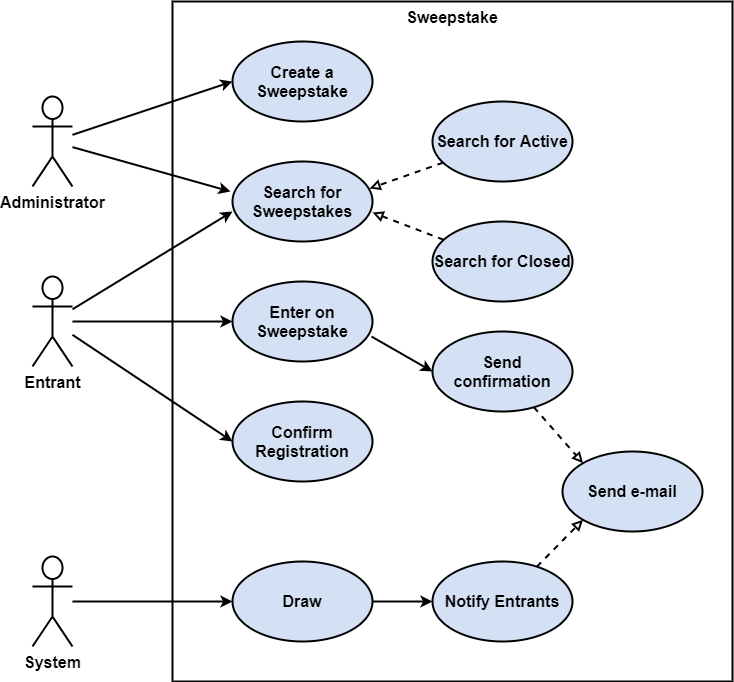
Above: use_cases.png in rafael-biz/sweepstakes (draw.io), before the change. Source tidied: cells renumbered, new cells last; positions are measured from the earlier drawing's top-left corner, leaving out a move shared by most shapes.
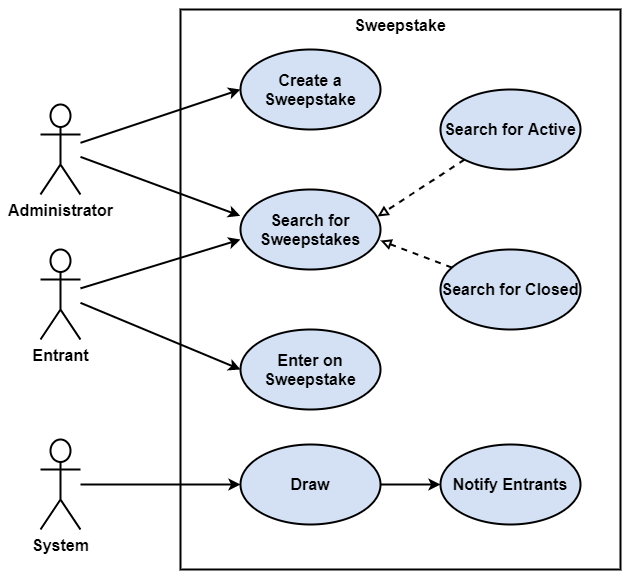
After the commit.

Change to the diagram source:
```diff
@@ -3,42 +3,31 @@
     <mxCell id="0" />
     <mxCell id="1" parent="0" />
     <mxCell id="2" value="&lt;span style=&quot;font-weight: 700&quot;&gt;Sweepstake&lt;/span&gt;" style="rounded=0;whiteSpace=wrap;html=1;fontSize=16;strokeWidth=2;fillColor=none;verticalAlign=top;" parent="1" vertex="1">
-      <mxGeometry x="140" width="560" height="680" as="geometry" />
+      <mxGeometry x="140" width="440" height="560" as="geometry" />
     </mxCell>
     <mxCell id="3" style="edgeStyle=none;rounded=0;jettySize=auto;html=1;entryX=0;entryY=0.5;entryDx=0;entryDy=0;fontSize=16;endArrow=classic;endFill=1;strokeWidth=2;" parent="1" edge="1" source="6" target="11">
       <mxGeometry relative="1" as="geometry" />
     </mxCell>
-    <mxCell id="4" style="edgeStyle=none;rounded=0;jettySize=auto;html=1;entryX=0;entryY=0.5;entryDx=0;entryDy=0;fontSize=16;endArrow=classic;endFill=1;strokeWidth=2;" parent="1" edge="1" source="6" target="12">
-      <mxGeometry relative="1" as="geometry" />
-    </mxCell>
     <mxCell id="5" style="edgeStyle=none;rounded=0;jettySize=auto;html=1;entryX=0;entryY=0.625;entryDx=0;entryDy=0;fontSize=16;endArrow=classic;endFill=1;strokeWidth=2;entryPerimeter=0;" parent="1" edge="1" source="6" target="13">
       <mxGeometry relative="1" as="geometry" />
     </mxCell>
     <mxCell id="6" value="Entrant" style="shape=umlActor;verticalLabelPosition=bottom;verticalAlign=top;html=1;outlineConnect=0;fontSize=16;fontStyle=1;strokeWidth=2;" parent="1" vertex="1">
-      <mxGeometry y="275" width="40" height="90" as="geometry" />
+      <mxGeometry y="240" width="40" height="90" as="geometry" />
     </mxCell>
     <mxCell id="7" style="edgeStyle=none;rounded=0;jettySize=auto;html=1;entryX=0;entryY=0.5;entryDx=0;entryDy=0;fontSize=16;endArrow=classic;endFill=1;strokeWidth=2;" parent="1" edge="1" source="9" target="14">
       <mxGeometry relative="1" as="geometry" />
     </mxCell>
-    <mxCell id="8" style="edgeStyle=none;rounded=0;jettySize=auto;html=1;fontSize=16;endArrow=classic;endFill=1;strokeWidth=2;" parent="1" edge="1" source="9">
-      <mxGeometry relative="1" as="geometry">
-        <mxPoint x="198" y="190" as="targetPoint" />
-      </mxGeometry>
+    <mxCell id="8" style="edgeStyle=none;rounded=0;jettySize=auto;html=1;fontSize=16;endArrow=classic;endFill=1;strokeWidth=2;entryX=-0.002;entryY=0.329;entryDx=0;entryDy=0;entryPerimeter=0;" parent="1" edge="1" source="9" target="13">
+      <mxGeometry relative="1" as="geometry" />
     </mxCell>
     <mxCell id="9" value="Administrator" style="shape=umlActor;verticalLabelPosition=bottom;verticalAlign=top;html=1;outlineConnect=0;fontSize=16;fontStyle=1;strokeWidth=2;" parent="1" vertex="1">
       <mxGeometry y="95" width="40" height="90" as="geometry" />
     </mxCell>
-    <mxCell id="10" style="edgeStyle=none;rounded=0;jettySize=auto;html=1;exitX=0.993;exitY=0.688;exitDx=0;exitDy=0;entryX=0;entryY=0.5;entryDx=0;entryDy=0;fontSize=16;endArrow=classic;endFill=1;strokeWidth=2;exitPerimeter=0;" parent="1" edge="1" source="11" target="24">
-      <mxGeometry relative="1" as="geometry" />
-    </mxCell>
     <mxCell id="11" value="Enter on Sweepstake" style="ellipse;whiteSpace=wrap;html=1;fontSize=16;strokeWidth=2;fillColor=#D4E1F5;fontStyle=1;" parent="1" vertex="1">
-      <mxGeometry x="200" y="280" width="140" height="80" as="geometry" />
+      <mxGeometry x="200" y="320" width="140" height="80" as="geometry" />
     </mxCell>
-    <mxCell id="12" value="Confirm Registration" style="ellipse;whiteSpace=wrap;html=1;fontSize=16;strokeWidth=2;fillColor=#D4E1F5;fontStyle=1;" parent="1" vertex="1">
-      <mxGeometry x="200" y="400" width="140" height="80" as="geometry" />
-    </mxCell>
     <mxCell id="13" value="Search for Sweepstakes" style="ellipse;whiteSpace=wrap;html=1;fontSize=16;strokeWidth=2;fillColor=#D4E1F5;fontStyle=1;" parent="1" vertex="1">
-      <mxGeometry x="200" y="160" width="140" height="80" as="geometry" />
+      <mxGeometry x="200" y="180" width="140" height="80" as="geometry" />
     </mxCell>
     <mxCell id="14" value="Create a Sweepstake" style="ellipse;whiteSpace=wrap;html=1;fontSize=16;strokeWidth=2;fillColor=#D4E1F5;fontStyle=1;" parent="1" vertex="1">
       <mxGeometry x="200" y="40" width="140" height="80" as="geometry" />
@@ -47,40 +36,28 @@
       <mxGeometry relative="1" as="geometry" />
     </mxCell>
     <mxCell id="16" value="Search for Active" style="ellipse;whiteSpace=wrap;html=1;fontSize=16;strokeWidth=2;fillColor=#D4E1F5;fontStyle=1;" parent="1" vertex="1">
-      <mxGeometry x="400" y="100" width="140" height="80" as="geometry" />
+      <mxGeometry x="400" y="80" width="140" height="80" as="geometry" />
     </mxCell>
     <mxCell id="17" style="edgeStyle=none;rounded=0;jettySize=auto;html=1;entryX=1;entryY=0.638;entryDx=0;entryDy=0;entryPerimeter=0;dashed=1;fontSize=16;endArrow=block;endFill=0;strokeWidth=2;" parent="1" edge="1" source="18" target="13">
       <mxGeometry relative="1" as="geometry" />
     </mxCell>
     <mxCell id="18" value="Search for Closed" style="ellipse;whiteSpace=wrap;html=1;fontSize=16;strokeWidth=2;fillColor=#D4E1F5;fontStyle=1;" parent="1" vertex="1">
-      <mxGeometry x="400" y="220" width="140" height="80" as="geometry" />
+      <mxGeometry x="400" y="240" width="140" height="80" as="geometry" />
     </mxCell>
     <mxCell id="19" style="edgeStyle=none;rounded=0;jettySize=auto;html=1;entryX=0;entryY=0.5;entryDx=0;entryDy=0;fontSize=16;endArrow=classic;endFill=1;strokeWidth=2;" parent="1" edge="1" source="20" target="22">
       <mxGeometry relative="1" as="geometry" />
     </mxCell>
     <mxCell id="20" value="&lt;b&gt;System&lt;/b&gt;" style="shape=umlActor;verticalLabelPosition=bottom;verticalAlign=top;html=1;outlineConnect=0;fontSize=16;strokeWidth=2;fillColor=none;" parent="1" vertex="1">
-      <mxGeometry y="555" width="40" height="90" as="geometry" />
+      <mxGeometry y="430" width="40" height="90" as="geometry" />
     </mxCell>
     <mxCell id="21" style="edgeStyle=none;rounded=0;jettySize=auto;html=1;entryX=0;entryY=0.5;entryDx=0;entryDy=0;fontSize=16;endArrow=classic;endFill=1;strokeWidth=2;" parent="1" edge="1" source="22" target="27">
       <mxGeometry relative="1" as="geometry" />
     </mxCell>
     <mxCell id="22" value="Draw" style="ellipse;whiteSpace=wrap;html=1;fontSize=16;strokeWidth=2;fillColor=#D4E1F5;fontStyle=1;" parent="1" vertex="1">
-      <mxGeometry x="200" y="560" width="140" height="80" as="geometry" />
+      <mxGeometry x="200" y="435" width="140" height="80" as="geometry" />
     </mxCell>
-    <mxCell id="23" style="edgeStyle=none;rounded=0;jettySize=auto;html=1;fontSize=16;endArrow=block;endFill=0;strokeWidth=2;dashed=1;entryX=0;entryY=0;entryDx=0;entryDy=0;" parent="1" edge="1" source="24" target="25">
-      <mxGeometry relative="1" as="geometry" />
-    </mxCell>
-    <mxCell id="24" value="Send confirmation" style="ellipse;whiteSpace=wrap;html=1;fontSize=16;strokeWidth=2;fillColor=#D4E1F5;fontStyle=1;" parent="1" vertex="1">
-      <mxGeometry x="400" y="330" width="140" height="80" as="geometry" />
-    </mxCell>
-    <mxCell id="25" value="Send e-mail" style="ellipse;whiteSpace=wrap;html=1;fontSize=16;strokeWidth=2;fillColor=#D4E1F5;fontStyle=1;" parent="1" vertex="1">
-      <mxGeometry x="530" y="450" width="140" height="80" as="geometry" />
-    </mxCell>
-    <mxCell id="26" style="edgeStyle=none;rounded=0;jettySize=auto;html=1;entryX=0;entryY=1;entryDx=0;entryDy=0;fontSize=16;endArrow=block;endFill=0;strokeWidth=2;dashed=1;" parent="1" edge="1" source="27" target="25">
-      <mxGeometry relative="1" as="geometry" />
-    </mxCell>
     <mxCell id="27" value="Notify Entrants" style="ellipse;whiteSpace=wrap;html=1;fontSize=16;strokeWidth=2;fillColor=#D4E1F5;fontStyle=1;" parent="1" vertex="1">
-      <mxGeometry x="400" y="560" width="140" height="80" as="geometry" />
+      <mxGeometry x="400" y="435" width="140" height="80" as="geometry" />
     </mxCell>
   </root>
 </mxGraphModel>
```
